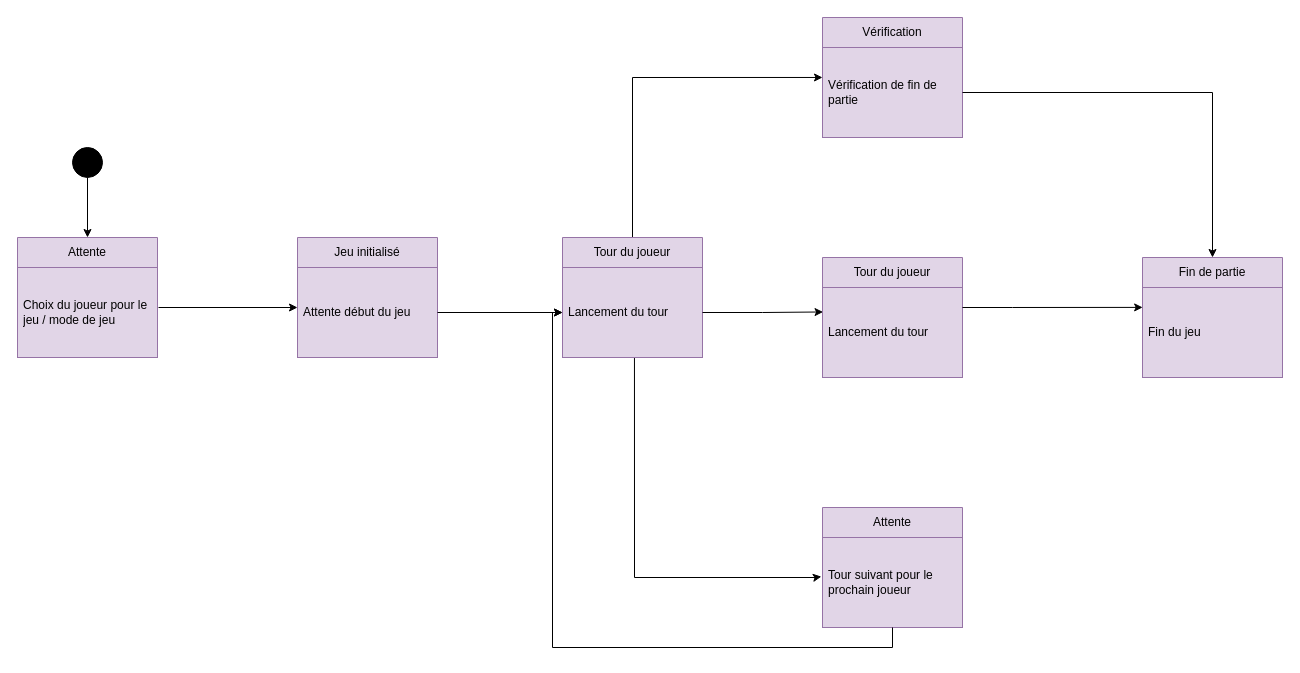
Earlier version of the draw.io diagram src/main/java/fr/raphaelmakaryan/bibliotheque/documents/diagrameEtatTransition.drawio (raphaelmakaryan/devalgo_cnita). Source tidied: cells renumbered, new cells numbered last; positions are measured from the earlier drawing's top-left corner, leaving out a move shared by most shapes. Both pictures are drawn from the tidied source at 100%, with x=0, y=0 at pixel (17, 17).
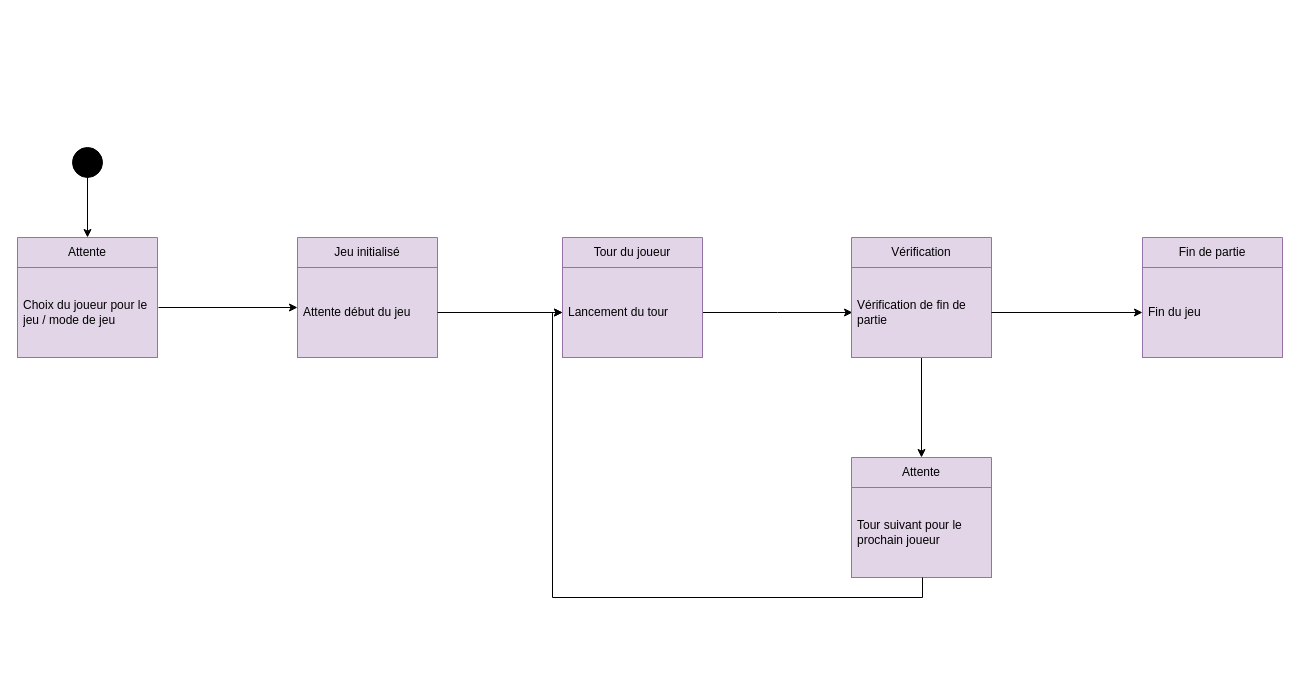
The same diagram, later.

Commit message (it also covers changes not shown here):
diagramme Etat Transition mis a jour

Unchanged cells that the change refers to:
```xml
<mxCell id="10" value="Tour du joueur" style="swimlane;fontStyle=0;horizontal=1;startSize=30;whiteSpace=wrap;html=1;fillColor=#e1d5e7;strokeColor=#9673a6;" parent="1" vertex="1">
  <mxGeometry x="545" y="220" width="140" height="120" as="geometry" />
</mxCell>
<mxCell id="11" value="&lt;div style=&quot;&quot;&gt;Lancement du tour&lt;/div&gt;" style="text;strokeColor=#9673a6;fillColor=#e1d5e7;align=left;verticalAlign=middle;spacingLeft=4;spacingRight=4;overflow=hidden;points=[[0,0.5],[1,0.5]];portConstraint=eastwest;whiteSpace=wrap;html=1;" parent="10" vertex="1">
  <mxGeometry y="30" width="140" height="90" as="geometry" />
</mxCell>
<mxCell id="15" value="&lt;div style=&quot;&quot;&gt;Vérification de fin de partie&lt;/div&gt;" style="text;strokeColor=#9673a6;fillColor=#e1d5e7;align=left;verticalAlign=middle;spacingLeft=4;spacingRight=4;overflow=hidden;points=[[0,0.5],[1,0.5]];portConstraint=eastwest;whiteSpace=wrap;html=1;" parent="14" vertex="1">
  <mxGeometry y="30" width="140" height="90" as="geometry" />
</mxCell>
<mxCell id="17" value="&lt;div style=&quot;&quot;&gt;Tour suivant pour le prochain joueur&lt;/div&gt;" style="text;strokeColor=#9673a6;fillColor=#e1d5e7;align=left;verticalAlign=middle;spacingLeft=4;spacingRight=4;overflow=hidden;points=[[0,0.5],[1,0.5]];portConstraint=eastwest;whiteSpace=wrap;html=1;" parent="16" vertex="1">
  <mxGeometry y="30" width="140" height="90" as="geometry" />
</mxCell>
<mxCell id="23" value="&lt;div style=&quot;&quot;&gt;Fin du jeu&lt;/div&gt;" style="text;strokeColor=#9673a6;fillColor=#e1d5e7;align=left;verticalAlign=middle;spacingLeft=4;spacingRight=4;overflow=hidden;points=[[0,0.5],[1,0.5]];portConstraint=eastwest;whiteSpace=wrap;html=1;" parent="22" vertex="1">
  <mxGeometry y="30" width="140" height="90" as="geometry" />
</mxCell>
```

Change to the diagram source:
```diff
@@
-    <mxCell id="9" style="edgeStyle=orthogonalEdgeStyle;rounded=0;jettySize=auto;html=1;exitX=0.5;exitY=0;exitDx=0;exitDy=0;entryX=0;entryY=0.333;entryDx=0;entryDy=0;entryPerimeter=0;" parent="1" edge="1" source="10" target="15">
-      <mxGeometry relative="1" as="geometry">
-        <Array as="points">
-          <mxPoint x="615" y="60" />
-        </Array>
-      </mxGeometry>
-    </mxCell>
@@
+    <mxCell id="26" style="edgeStyle=orthogonalEdgeStyle;rounded=0;jettySize=auto;html=1;" parent="10" edge="1" source="11">
+      <mxGeometry relative="1" as="geometry">
+        <mxPoint x="290" y="75" as="targetPoint" />
+      </mxGeometry>
+    </mxCell>
@@
-    <mxCell id="13" style="edgeStyle=orthogonalEdgeStyle;rounded=0;jettySize=auto;html=1;exitX=0.514;exitY=1.006;exitDx=0;exitDy=0;exitPerimeter=0;entryX=-0.008;entryY=0.435;entryDx=0;entryDy=0;entryPerimeter=0;" parent="1" edge="1" source="11" target="17">
-      <mxGeometry relative="1" as="geometry">
-        <Array as="points">
-          <mxPoint x="617" y="560" />
-          <mxPoint x="798" y="560" />
-        </Array>
-      </mxGeometry>
-    </mxCell>
+    <mxCell id="27" style="edgeStyle=orthogonalEdgeStyle;rounded=0;jettySize=auto;html=1;entryX=0.5;entryY=0;entryDx=0;entryDy=0;" parent="1" edge="1" source="14" target="16">
+      <mxGeometry relative="1" as="geometry" />
+    </mxCell>
     <mxCell id="14" value="Vérification" style="swimlane;fontStyle=0;horizontal=1;startSize=30;whiteSpace=wrap;html=1;fillColor=#e1d5e7;strokeColor=#9673a6;" parent="1" vertex="1">
-      <mxGeometry x="805" width="140" height="120" as="geometry" />
+      <mxGeometry x="834" y="220" width="140" height="120" as="geometry" />
     </mxCell>
@@
     <mxCell id="16" value="Attente" style="swimlane;fontStyle=0;horizontal=1;startSize=30;whiteSpace=wrap;html=1;fillColor=#e1d5e7;strokeColor=#9673a6;" parent="1" vertex="1">
-      <mxGeometry x="805" y="490" width="140" height="120" as="geometry" />
+      <mxGeometry x="834" y="440" width="140" height="120" as="geometry" />
     </mxCell>
@@
-    <mxCell id="18" value="Tour du joueur" style="swimlane;fontStyle=0;horizontal=1;startSize=30;whiteSpace=wrap;html=1;fillColor=#e1d5e7;strokeColor=#9673a6;" parent="1" vertex="1">
-      <mxGeometry x="805" y="240" width="140" height="120" as="geometry" />
-    </mxCell>
-    <mxCell id="19" value="&lt;div style=&quot;&quot;&gt;Lancement du tour&lt;/div&gt;" style="text;strokeColor=#9673a6;fillColor=#e1d5e7;align=left;verticalAlign=middle;spacingLeft=4;spacingRight=4;overflow=hidden;points=[[0,0.5],[1,0.5]];portConstraint=eastwest;whiteSpace=wrap;html=1;" parent="18" vertex="1">
-      <mxGeometry y="30" width="140" height="90" as="geometry" />
-    </mxCell>
-    <mxCell id="20" style="edgeStyle=orthogonalEdgeStyle;rounded=0;jettySize=auto;html=1;entryX=0.004;entryY=0.272;entryDx=0;entryDy=0;entryPerimeter=0;" parent="1" edge="1" source="11" target="19">
-      <mxGeometry relative="1" as="geometry" />
-    </mxCell>
-    <mxCell id="21" style="edgeStyle=orthogonalEdgeStyle;rounded=0;jettySize=auto;html=1;entryX=0;entryY=0.5;entryDx=0;entryDy=0;" parent="1" edge="1" source="17" target="11">
+    <mxCell id="21" style="edgeStyle=orthogonalEdgeStyle;rounded=0;jettySize=auto;html=1;entryX=0;entryY=0.5;entryDx=0;entryDy=0;" parent="1" edge="1" target="11">
       <mxGeometry relative="1" as="geometry">
+        <mxPoint x="905" y="560" as="sourcePoint" />
         <Array as="points">
-          <mxPoint x="875" y="630" />
-          <mxPoint x="535" y="630" />
+          <mxPoint x="905" y="580" />
+          <mxPoint x="535" y="580" />
           <mxPoint x="535" y="295" />
         </Array>
       </mxGeometry>
     </mxCell>
     <mxCell id="22" value="Fin de partie" style="swimlane;fontStyle=0;horizontal=1;startSize=30;whiteSpace=wrap;html=1;fillColor=#e1d5e7;strokeColor=#9673a6;" parent="1" vertex="1">
-      <mxGeometry x="1125" y="240" width="140" height="120" as="geometry" />
+      <mxGeometry x="1125" y="220" width="140" height="120" as="geometry" />
     </mxCell>
@@
-    <mxCell id="24" style="edgeStyle=orthogonalEdgeStyle;rounded=0;jettySize=auto;html=1;entryX=0.001;entryY=0.221;entryDx=0;entryDy=0;entryPerimeter=0;" parent="1" edge="1" source="19" target="23">
-      <mxGeometry relative="1" as="geometry">
-        <Array as="points">
-          <mxPoint x="995" y="290" />
-          <mxPoint x="995" y="290" />
-        </Array>
-      </mxGeometry>
-    </mxCell>
-    <mxCell id="25" style="edgeStyle=orthogonalEdgeStyle;rounded=0;jettySize=auto;html=1;entryX=0.5;entryY=0;entryDx=0;entryDy=0;" parent="1" edge="1" source="15" target="22">
-      <mxGeometry relative="1" as="geometry" />
-    </mxCell>
+    <mxCell id="28" style="edgeStyle=orthogonalEdgeStyle;rounded=0;jettySize=auto;html=1;entryX=0;entryY=0.5;entryDx=0;entryDy=0;" parent="1" edge="1" source="15" target="23">
+      <mxGeometry relative="1" as="geometry" />
+    </mxCell>
```
